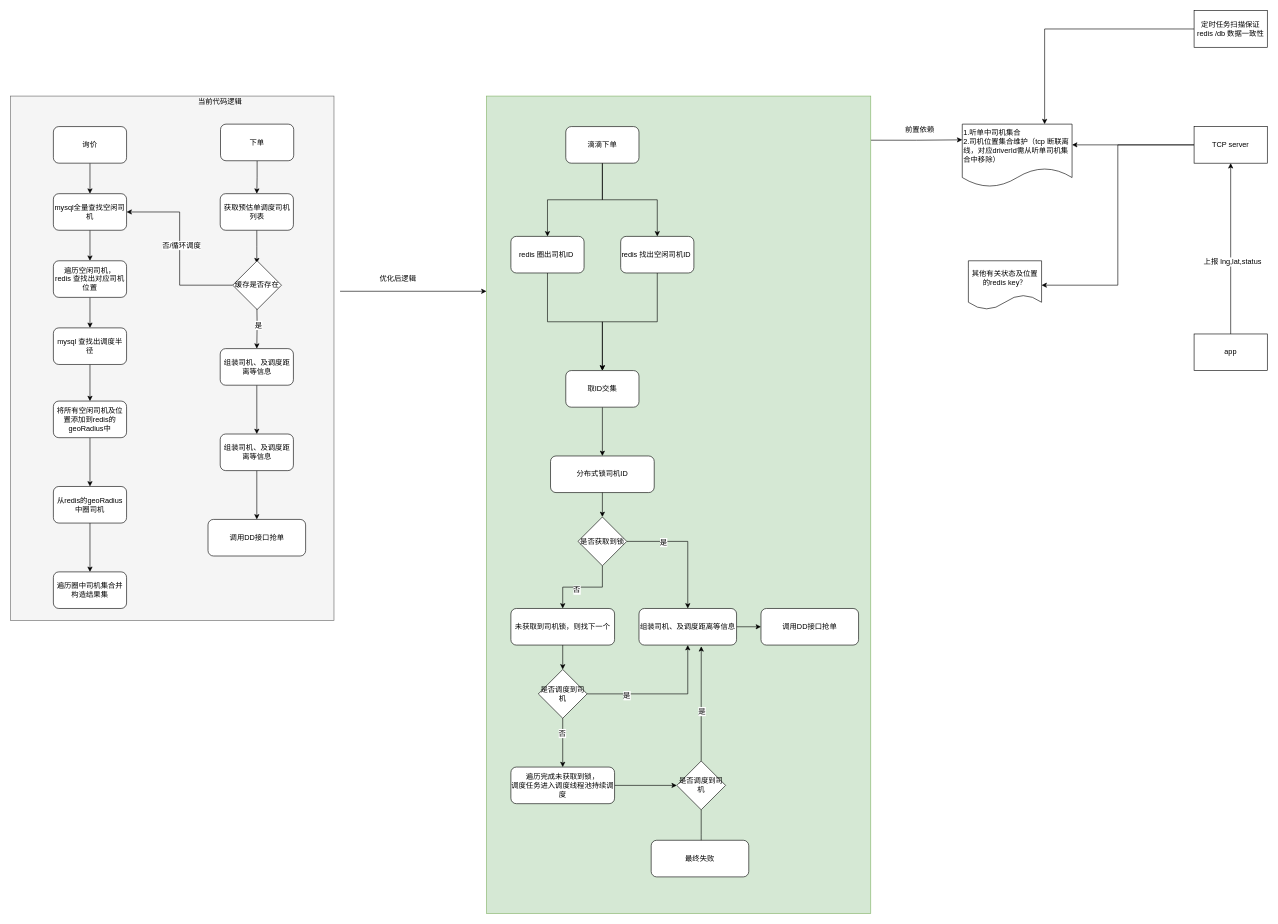
Above: file/调度优化方案.drawio in qiu122/draw.io (draw.io), before the change. Source tidied: cells renumbered, new cells numbered last; positions are measured from the earlier drawing's top-left corner, leaving out a move shared by most shapes. Both pictures are drawn from the tidied source at 61%, with x=0, y=0 at pixel (10, 10).
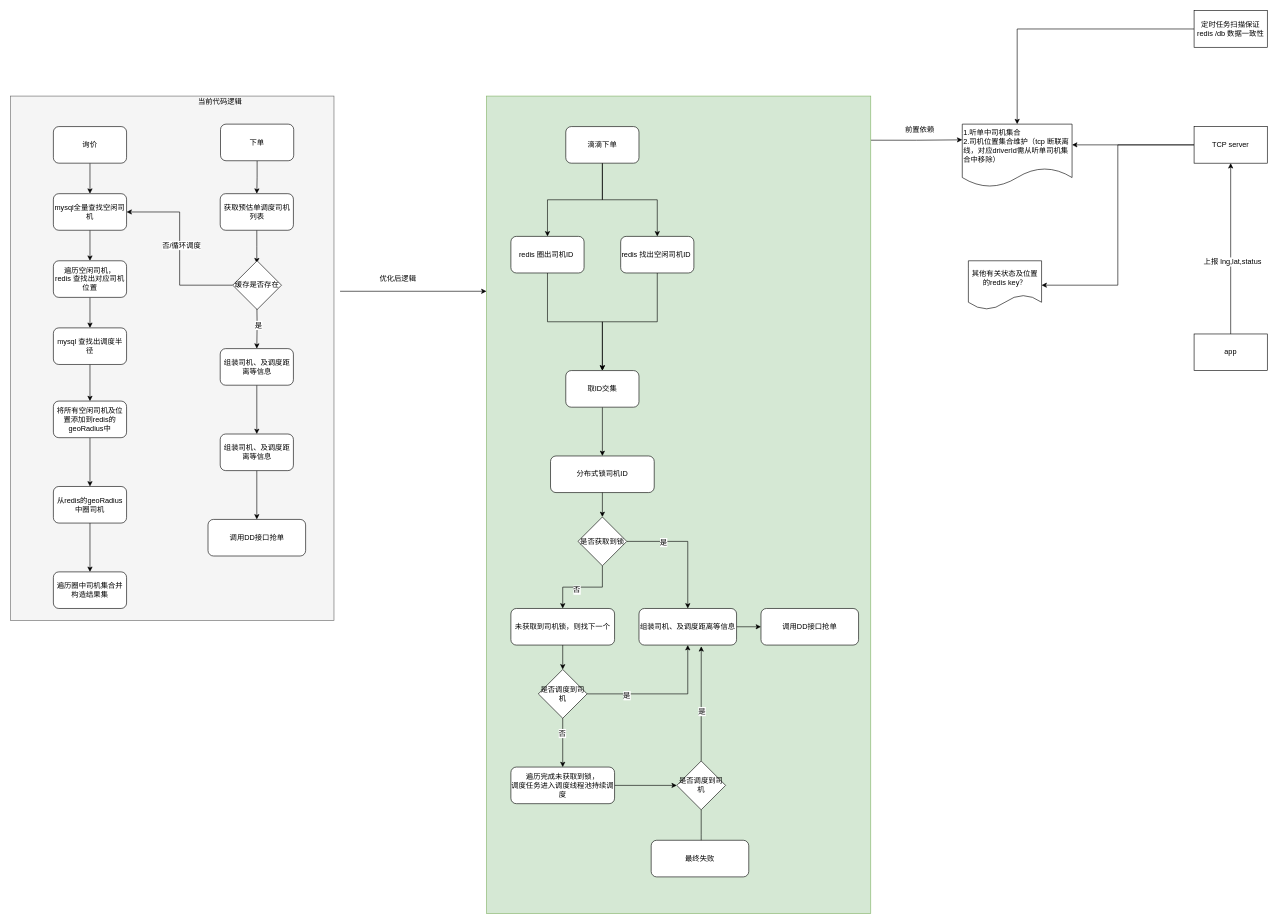
Above is the later version.

Commit message:
Update 调度优化方案.drawio

The change refers to these unchanged cells:
```xml
<mxCell id="37" value="1.听单中司机集合&lt;br&gt;2.司机位置集合维护（tcp 断联离线，对应driverId需从听单司机集合中移除）" style="shape=document;whiteSpace=wrap;html=1;boundedLbl=1;align=left;" parent="1" vertex="1">
  <mxGeometry x="1560" y="186" width="180" height="103" as="geometry" />
</mxCell>
<mxCell id="74" value="定时任务扫描保证redis /db 数据一致性" style="rounded=0;whiteSpace=wrap;html=1;" parent="1" vertex="1">
  <mxGeometry x="1940" width="120" height="60" as="geometry" />
</mxCell>
```

Change to the diagram source:
```diff
@@
-    <mxCell id="73" style="edgeStyle=orthogonalEdgeStyle;rounded=0;jettySize=auto;html=1;entryX=0.75;entryY=0;entryDx=0;entryDy=0;" parent="1" edge="1" source="74" target="37">
-      <mxGeometry relative="1" as="geometry" />
+    <mxCell id="73" style="edgeStyle=orthogonalEdgeStyle;rounded=0;jettySize=auto;html=1;entryX=0.5;entryY=0;entryDx=0;entryDy=0;" parent="1" edge="1" source="74" target="37">
+      <mxGeometry relative="1" as="geometry">
+        <Array as="points">
+          <mxPoint x="1650" y="30" />
+        </Array>
+      </mxGeometry>
     </mxCell>
```
